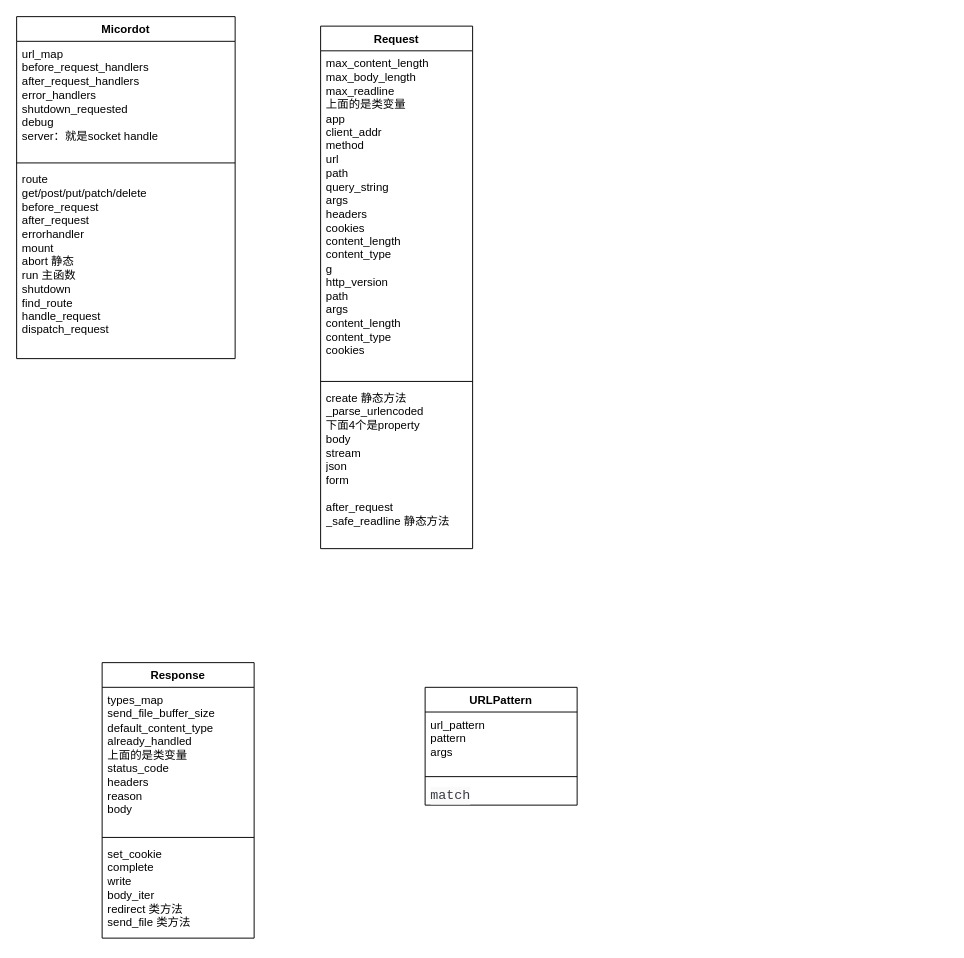
Earlier version of the draw.io diagram _posts/microdot代码分析.drawio (teddyxiong53/blog_source). Source tidied: cells renumbered, new cells numbered last; positions are measured from the earlier drawing's top-left corner, leaving out a move shared by most shapes. Both pictures are drawn from the tidied source at 95%, with x=0, y=0 at pixel (16, 16).
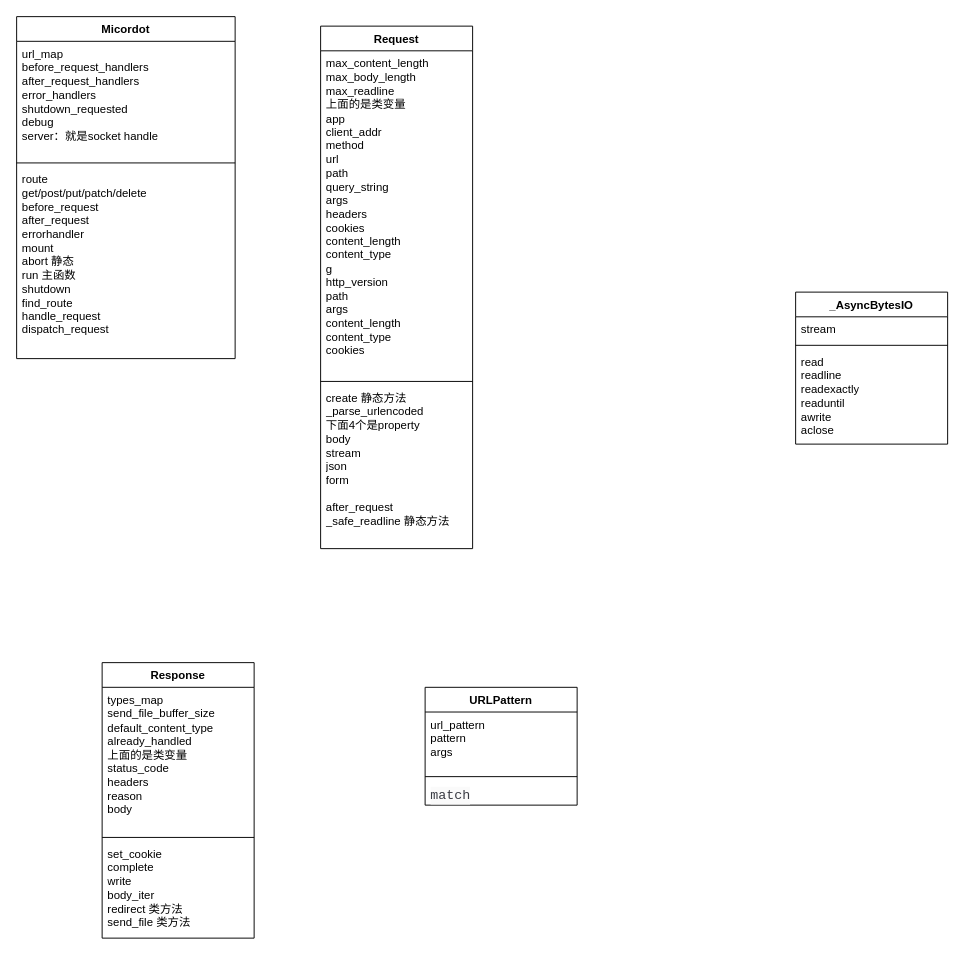
After the change.

Change to the diagram source:
```diff
@@
+    <mxCell id="18" value="_AsyncBytesIO" style="swimlane;fontStyle=1;align=center;verticalAlign=top;horizontal=1;startSize=26;whiteSpace=wrap;html=1;" parent="1" vertex="1">
+      <mxGeometry x="820" y="290" width="160" height="160" as="geometry" />
+    </mxCell>
+    <mxCell id="19" value="stream" style="text;strokeColor=none;fillColor=none;align=left;verticalAlign=top;spacingLeft=4;spacingRight=4;overflow=hidden;whiteSpace=wrap;html=1;" parent="18" vertex="1">
+      <mxGeometry y="26" width="160" height="26" as="geometry" />
+    </mxCell>
+    <mxCell id="20" style="line;strokeWidth=1;fillColor=none;align=left;verticalAlign=middle;spacingTop=-1;spacingLeft=3;spacingRight=3;labelPosition=right;strokeColor=inherit;" parent="18" vertex="1">
+      <mxGeometry y="52" width="160" height="8" as="geometry" />
+    </mxCell>
+    <mxCell id="21" value="&lt;div&gt;read&lt;/div&gt;&lt;div&gt;readline&lt;/div&gt;&lt;div&gt;readexactly&lt;/div&gt;&lt;div&gt;readuntil&lt;/div&gt;&lt;div&gt;awrite&lt;/div&gt;&lt;div&gt;aclose&lt;/div&gt;" style="text;strokeColor=none;fillColor=none;align=left;verticalAlign=top;spacingLeft=4;spacingRight=4;overflow=hidden;whiteSpace=wrap;html=1;" parent="18" vertex="1">
+      <mxGeometry y="60" width="160" height="100" as="geometry" />
+    </mxCell>
```
